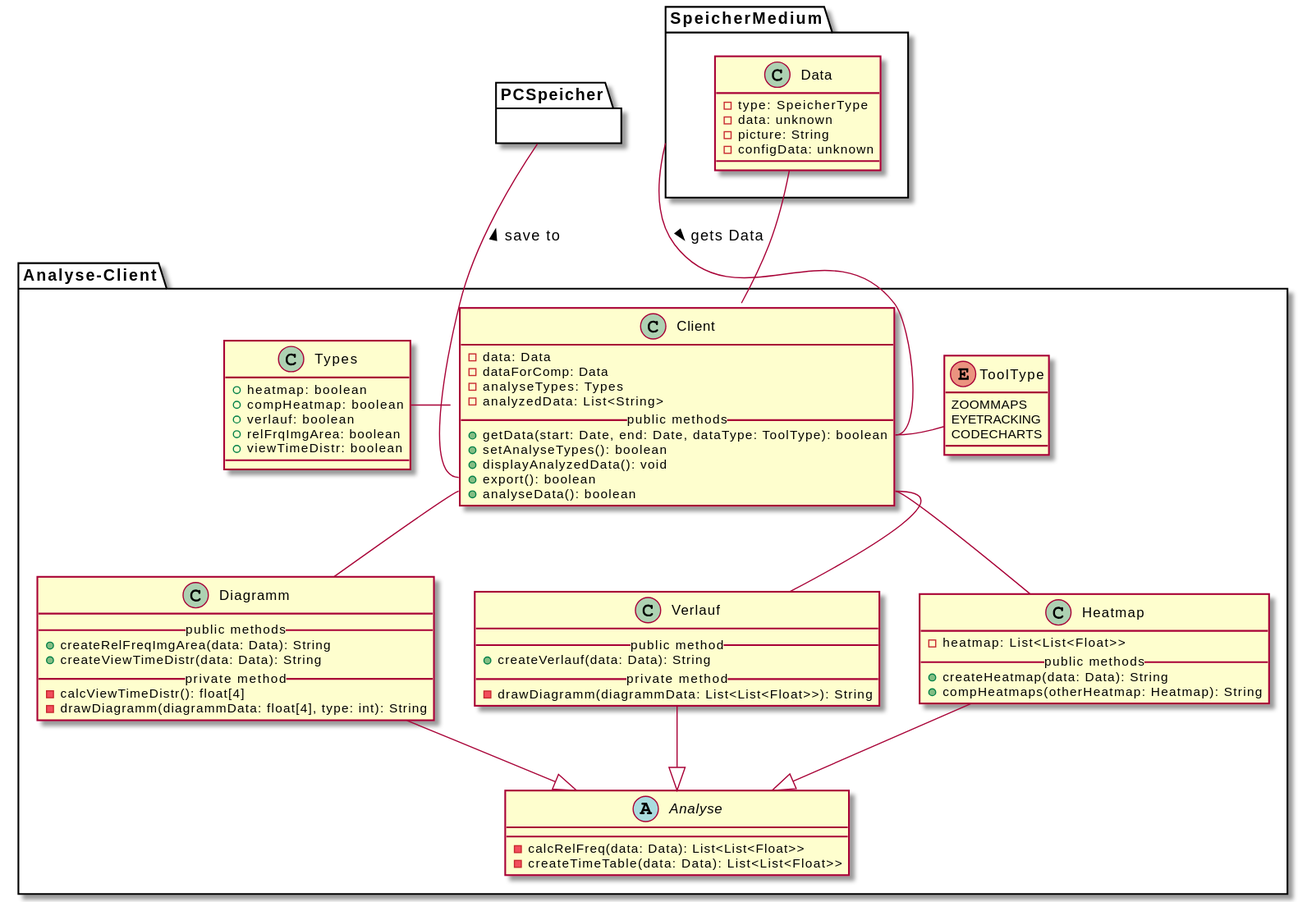
Before: meilenstein_03/uml-analyse-client/analyseclient.svg, a diagram exported from PlantUML (weichware10/meilensteine).
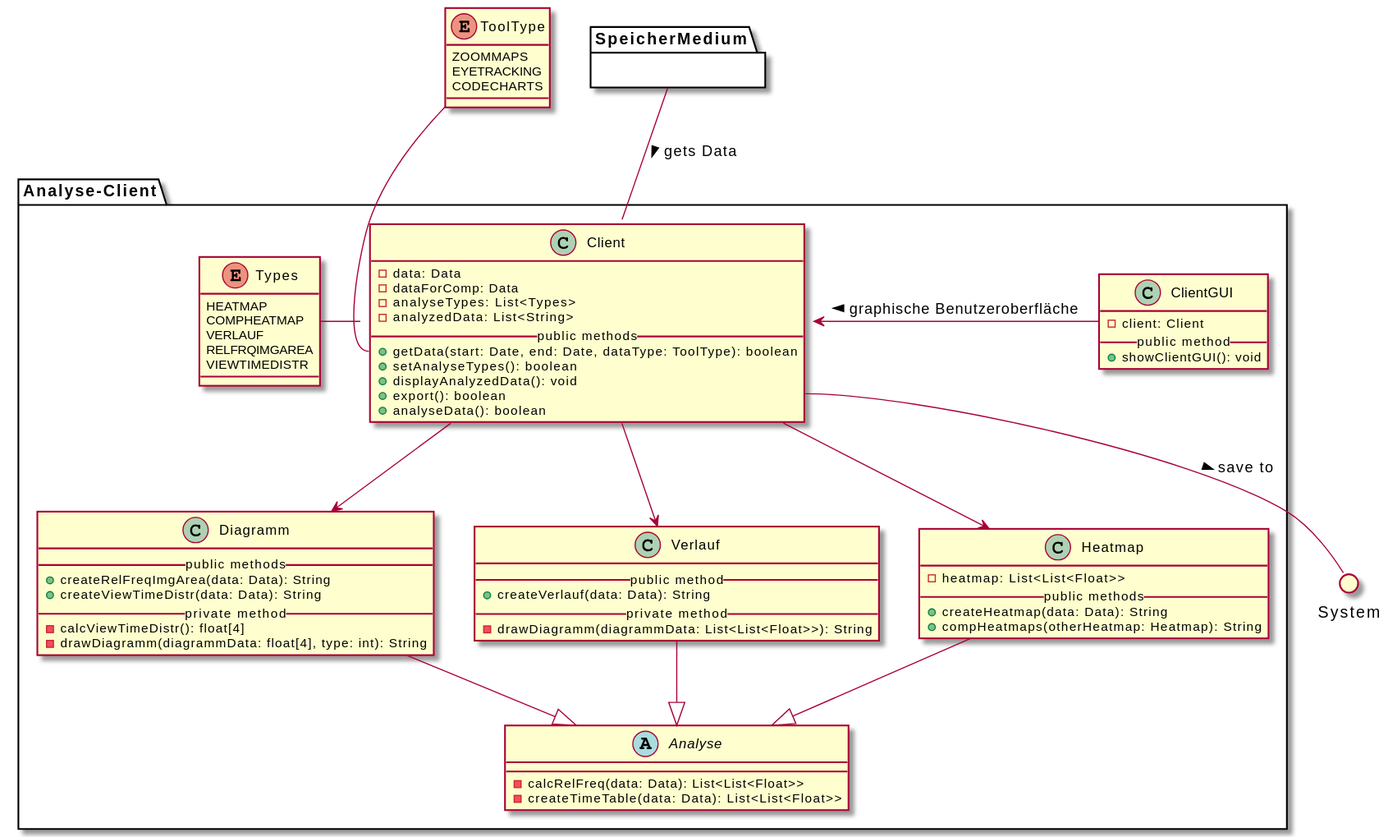
Above is the later version.

Commit message:
Render PlantUML SVGs

Diff of the diagram source:
```diff
@@ -4,7 +4,7 @@
   class Client {
     - data: Data
     - dataForComp: Data
-    - analyseTypes: Types
+    - analyseTypes: List<Types>
     - analyzedData: List<String>
     __public methods__
     + getData(start: Date, end: Date, dataType: ToolType): boolean
@@ -42,47 +42,43 @@
     - drawDiagramm(diagrammData: float[4], type: int): String
   }
 
-  class Types {
-    + heatmap: boolean
-    + compHeatmap: boolean
-    + verlauf: boolean
-    + relFrqImgArea: boolean
-    + viewTimeDistr: boolean
+  enum Types {
+    HEATMAP
+    COMPHEATMAP
+    VERLAUF
+    RELFRQIMGAREA
+    VIEWTIMEDISTR
   }
 
-  enum ToolType {
-    ZOOMMAPS
-    EYETRACKING
-    CODECHARTS
+  class ClientGUI {
+    - client: Client
+    __public method__
+    + showClientGUI(): void
   }
 
   Analyse <|-u- Heatmap
   Analyse <|-u- Verlauf
   Analyse <|-u- Diagramm
 
-  Client::getData -r- ToolType
-  Client::analyseData -d- Heatmap
-  Client::analyseData -d- Verlauf
-  Client::analyseData -d- Diagramm
+  Client -d-> Heatmap
+  Client -d-> Verlauf
+  Client -d-> Diagramm
   Client -l- Types
+  Client <-r- ClientGUI : < graphische Benutzeroberfläche
 
-  Client::getData -u- SpeicherMedium : < gets Data
-  Client::export -u- PCSpeicher : > save to
-
+  Client -u- SpeicherMedium : < gets Data
 }
 
-
-package PCSpeicher {}
-
-package SpeicherMedium {
-
-  class Data {
-    - type: SpeicherType
-    - data: unknown
-    - picture: String
-    - configData: unknown
-  }
+enum ToolType {
+  ZOOMMAPS
+  EYETRACKING
+  CODECHARTS
 }
 
-Client -u- Data
+package SpeicherMedium {}
+
+() System
+
+Client::getData -u- ToolType
+Client::export -- System: > save to
 @enduml
```
